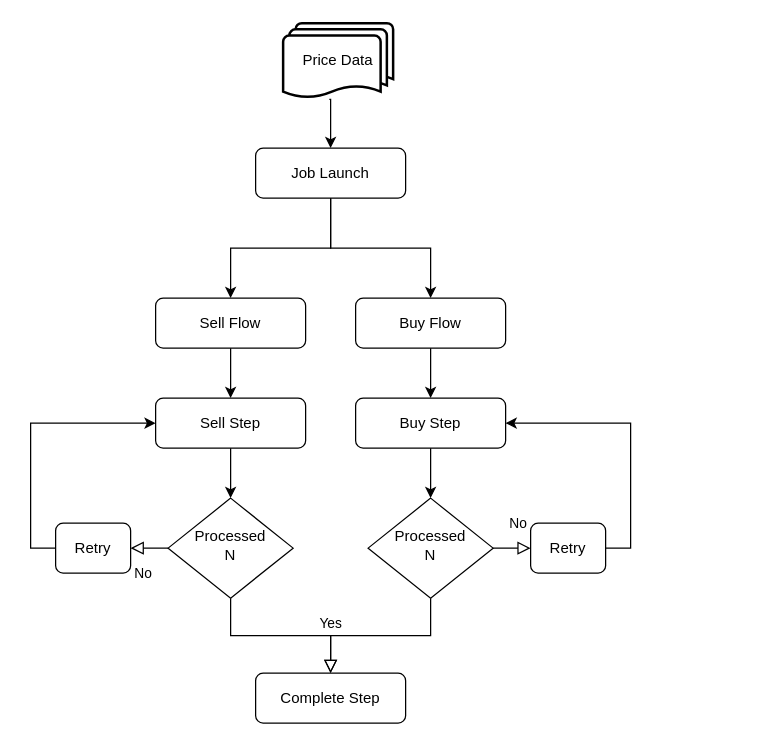
Earlier version of the draw.io diagram document/Reserved Transaction Batch Flow.drawio (O0oO0Oo/Bitcoin-Simulated-Investment-BE). Source tidied: cells renumbered, new cells numbered last; positions are measured from the earlier drawing's top-left corner, leaving out a move shared by most shapes. Both pictures are drawn from the tidied source at 125%, with x=0, y=0 at pixel (55, 22).
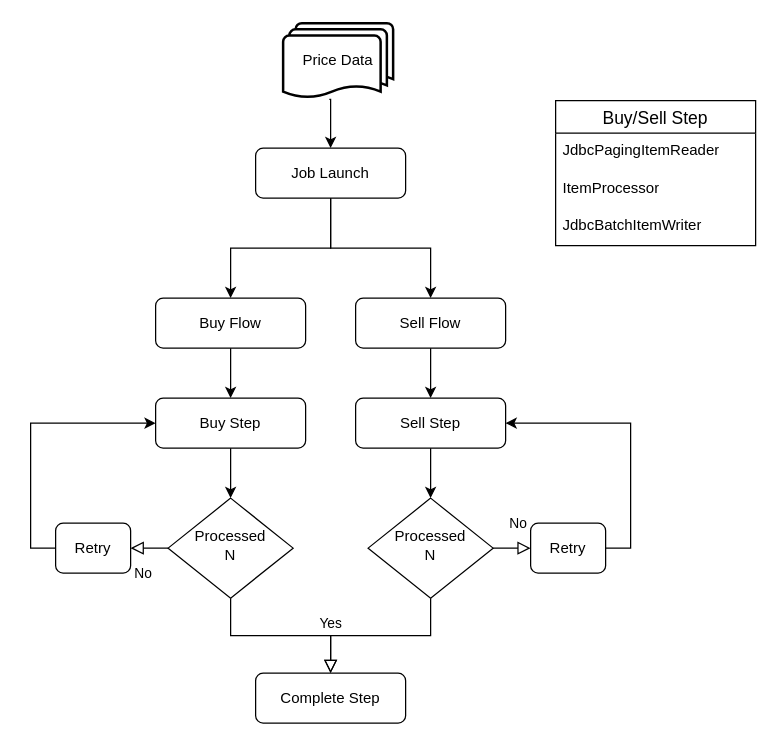
Above is the later version.

Diff of the diagram source:
```diff
@@
-    <mxCell id="13" value="Sell Flow" style="rounded=1;whiteSpace=wrap;html=1;fontSize=12;glass=0;strokeWidth=1;shadow=0;" parent="1" vertex="1">
+    <mxCell id="13" value="Buy Flow" style="rounded=1;whiteSpace=wrap;html=1;fontSize=12;glass=0;strokeWidth=1;shadow=0;" parent="1" vertex="1">
       <mxGeometry x="80" y="220" width="120" height="40" as="geometry" />
     </mxCell>
-    <mxCell id="14" value="Buy Flow" style="rounded=1;whiteSpace=wrap;html=1;fontSize=12;glass=0;strokeWidth=1;shadow=0;" parent="1" vertex="1">
+    <mxCell id="14" value="Sell Flow" style="rounded=1;whiteSpace=wrap;html=1;fontSize=12;glass=0;strokeWidth=1;shadow=0;" parent="1" vertex="1">
       <mxGeometry x="240" y="220" width="120" height="40" as="geometry" />
     </mxCell>
@@
-    <mxCell id="18" value="Buy Step" style="rounded=1;whiteSpace=wrap;html=1;fontSize=12;glass=0;strokeWidth=1;shadow=0;" parent="1" vertex="1">
+    <mxCell id="18" value="Sell Step" style="rounded=1;whiteSpace=wrap;html=1;fontSize=12;glass=0;strokeWidth=1;shadow=0;" parent="1" vertex="1">
       <mxGeometry x="240" y="300" width="120" height="40" as="geometry" />
     </mxCell>
@@
-    <mxCell id="21" value="Sell Step" style="rounded=1;whiteSpace=wrap;html=1;fontSize=12;glass=0;strokeWidth=1;shadow=0;" parent="1" vertex="1">
+    <mxCell id="21" value="Buy Step" style="rounded=1;whiteSpace=wrap;html=1;fontSize=12;glass=0;strokeWidth=1;shadow=0;" parent="1" vertex="1">
       <mxGeometry x="80" y="300" width="120" height="40" as="geometry" />
     </mxCell>
@@
+    <mxCell id="26" value="Buy/Sell Step" style="swimlane;fontStyle=0;horizontal=1;startSize=26;align=center;fontSize=14;" parent="1" vertex="1">
+      <mxGeometry x="400" y="62" width="160" height="116" as="geometry" />
+    </mxCell>
+    <mxCell id="27" value="JdbcPagingItemReader" style="text;strokeColor=none;fillColor=none;spacingLeft=4;spacingRight=4;overflow=hidden;fontSize=12;whiteSpace=wrap;html=1;" parent="26" vertex="1">
+      <mxGeometry y="26" width="160" height="30" as="geometry" />
+    </mxCell>
+    <mxCell id="28" value="ItemProcessor" style="text;strokeColor=none;fillColor=none;spacingLeft=4;spacingRight=4;overflow=hidden;fontSize=12;whiteSpace=wrap;html=1;" parent="26" vertex="1">
+      <mxGeometry y="56" width="160" height="30" as="geometry" />
+    </mxCell>
+    <mxCell id="29" value="JdbcBatchItemWriter" style="text;strokeColor=none;fillColor=none;spacingLeft=4;spacingRight=4;overflow=hidden;fontSize=12;whiteSpace=wrap;html=1;" parent="26" vertex="1">
+      <mxGeometry y="86" width="160" height="30" as="geometry" />
+    </mxCell>
```
